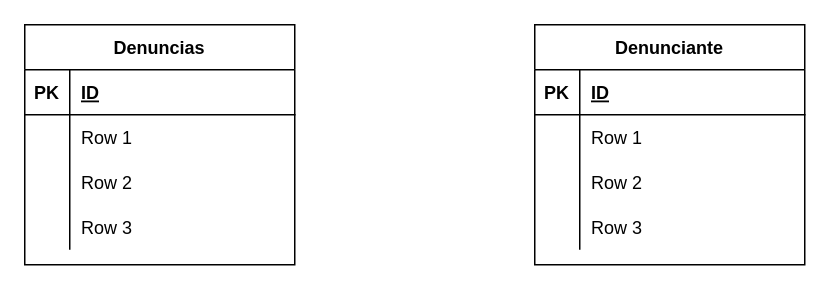
Before: Untitled Diagram.drawio in michaelsanguinete/CompassFinalProject, a draw.io diagram. Source tidied: cells renumbered, new cells numbered last; positions are measured from the earlier drawing's top-left corner, leaving out a move shared by most shapes. Both pictures are drawn from the tidied source at 150%, with x=0, y=0 at pixel (24, 24).
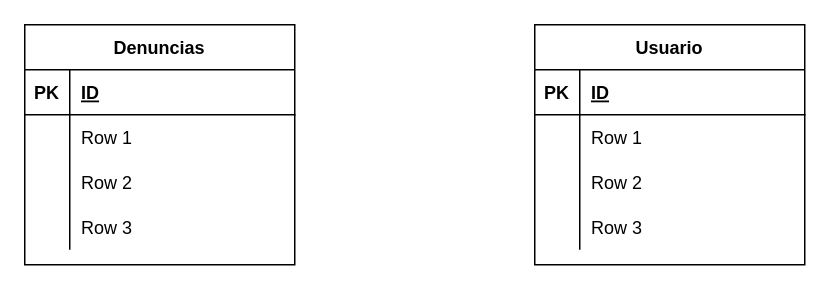
Above is the later version.

What changed in the source:
```diff
@@
-    <mxCell id="15" value="Denunciante" style="shape=table;startSize=30;childLayout=tableLayout;rowLines=0;fontStyle=1;align=center;" parent="1" vertex="1">
+    <mxCell id="15" value="Usuario" style="shape=table;startSize=30;childLayout=tableLayout;rowLines=0;fontStyle=1;align=center;" parent="1" vertex="1">
       <mxGeometry x="340" width="180" height="160" as="geometry" />
     </mxCell>
```
